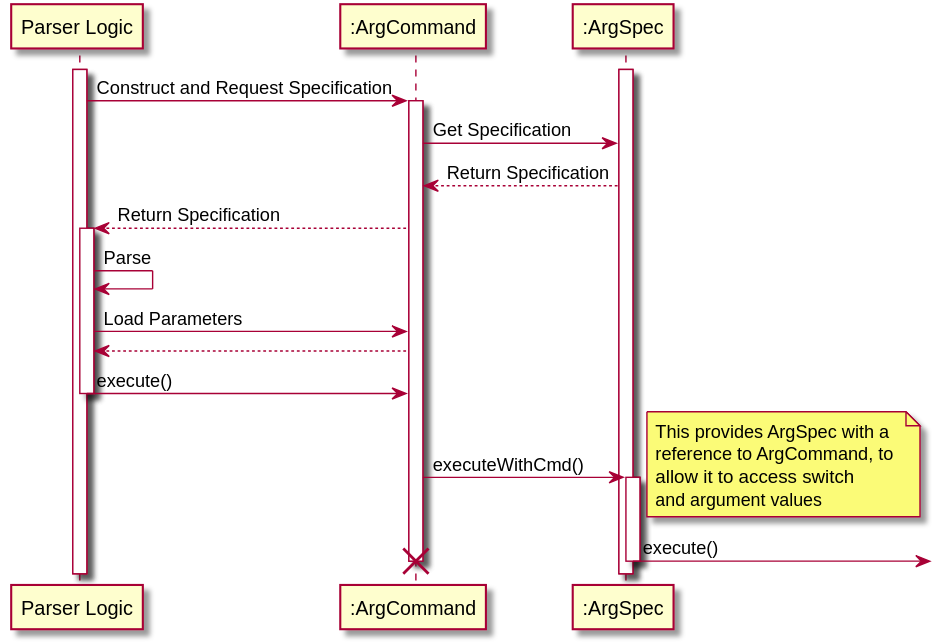
This is docs/images/plantuml/argcommand.svg from nusCS2113-AY1920S1/PersonalAssistant-Duke, a PlantUML export, as it was before one commit.
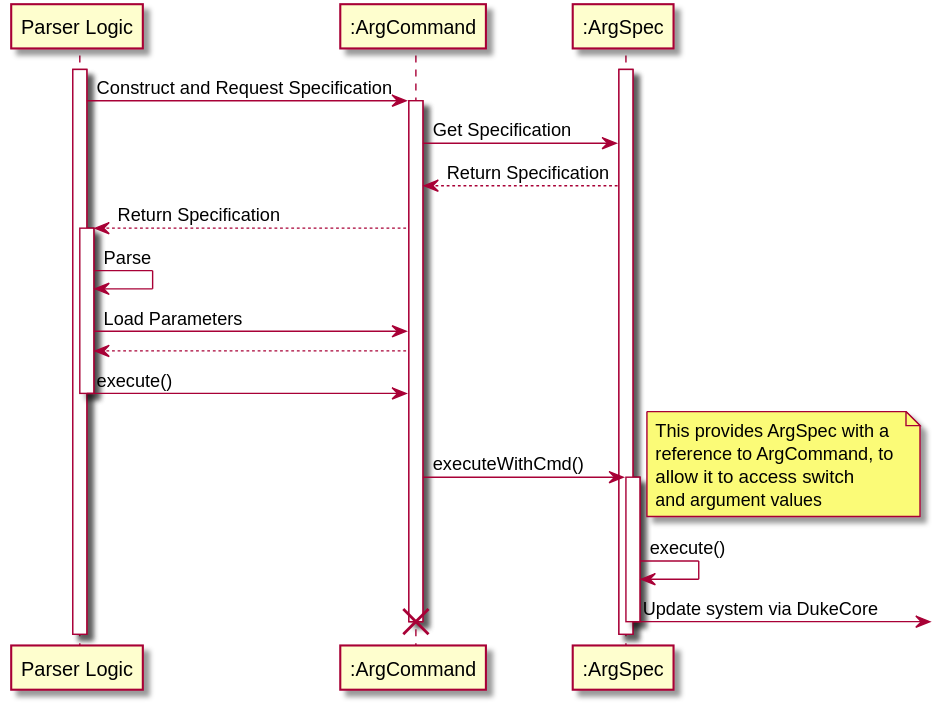
Above is the later version.

Diff of the diagram source:
```diff
@@ -27,7 +27,8 @@
   and argument values
 end note
 activate ":ArgSpec"
-":ArgSpec" ->] : execute()
+":ArgSpec" -> ":ArgSpec" : execute()
+":ArgSpec" ->] : Update system via DukeCore
 deactivate ":ArgSpec"
 destroy ":ArgCommand"
 @enduml
```
